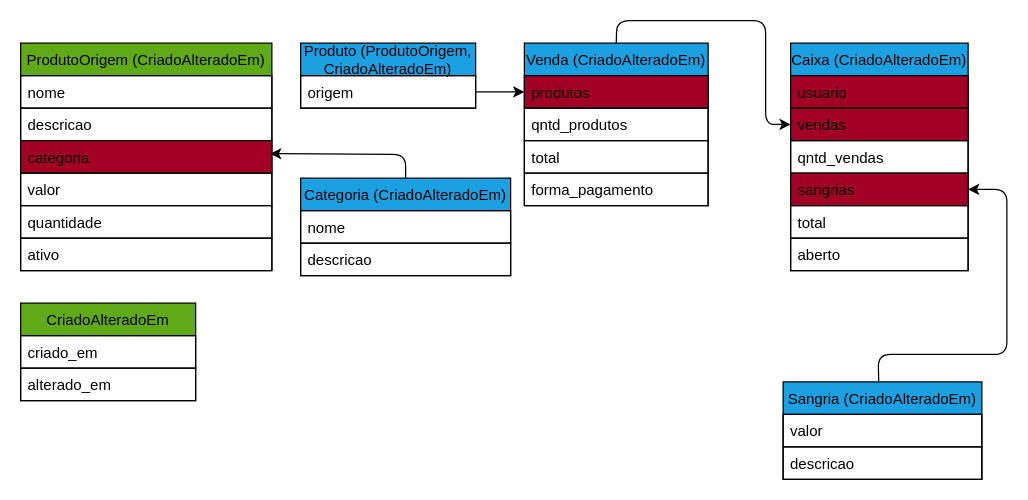
Above: relacionamento.drawio in Juzeka/Mercearia (draw.io), before the change. Source tidied: cells renumbered, new cells numbered last; positions are measured from the earlier drawing's top-left corner, leaving out a move shared by most shapes. Both pictures are drawn from the tidied source at 125%, with x=0, y=0 at pixel (20, 20).
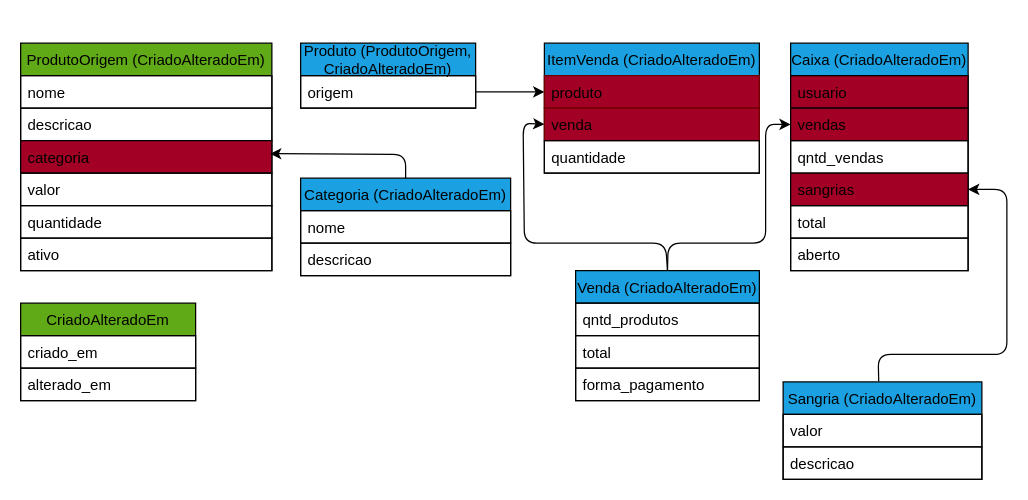
The same diagram, later.

Commit message (it also covers changes not shown here):
add tabela intermediaria itemvenda

The change refers to these unchanged cells:
```xml
<mxCell id="3" value="Produto (ProdutoOrigem, &#10;CriadoAlteradoEm)" style="swimlane;fontStyle=0;horizontal=1;startSize=26;fillColor=#1ba1e2;fontColor=#000000;strokeColor=#000000;" parent="1" vertex="1">
  <mxGeometry x="224" y="18" width="140" height="52" as="geometry" />
</mxCell>
<mxCell id="20" value="vendas" style="text;strokeColor=#000000;fillColor=#a20025;align=left;verticalAlign=top;spacingLeft=4;spacingRight=4;overflow=hidden;points=[[0,0.5],[1,0.5]];portConstraint=eastwest;fontColor=#000000;" parent="18" vertex="1">
  <mxGeometry y="52" width="142" height="26" as="geometry" />
</mxCell>
```

Change to the diagram source:
```diff
@@
-    <mxCell id="2" style="edgeStyle=none;html=1;exitX=1;exitY=0.75;exitDx=0;exitDy=0;entryX=0;entryY=0.5;entryDx=0;entryDy=0;fontColor=#000000;strokeColor=#000000;" parent="1" edge="1" source="3" target="14">
+    <mxCell id="2" style="edgeStyle=none;html=1;exitX=1;exitY=0.75;exitDx=0;exitDy=0;entryX=0;entryY=0.5;entryDx=0;entryDy=0;fontColor=#000000;strokeColor=#000000;" parent="1" edge="1" source="3" target="38">
       <mxGeometry relative="1" as="geometry" />
     </mxCell>
@@
     <mxCell id="12" style="edgeStyle=none;html=1;exitX=0.5;exitY=0;exitDx=0;exitDy=0;entryX=0;entryY=0.5;entryDx=0;entryDy=0;fontColor=#000000;strokeColor=#000000;" parent="1" edge="1" source="13" target="20">
       <mxGeometry relative="1" as="geometry">
         <Array as="points">
-          <mxPoint x="477" />
-          <mxPoint x="596" />
+          <mxPoint x="518" y="178" />
+          <mxPoint x="596" y="178" />
           <mxPoint x="596" y="83" />
         </Array>
       </mxGeometry>
     </mxCell>
+    <mxCell id="36" style="edgeStyle=none;html=1;exitX=0.5;exitY=0;exitDx=0;exitDy=0;entryX=0;entryY=0.5;entryDx=0;entryDy=0;strokeColor=#000000;" parent="1" edge="1" source="13" target="39">
+      <mxGeometry relative="1" as="geometry">
+        <Array as="points">
+          <mxPoint x="516" y="178" />
+          <mxPoint x="403" y="178" />
+          <mxPoint x="402" y="82" />
+        </Array>
+      </mxGeometry>
+    </mxCell>
     <mxCell id="13" value="Venda (CriadoAlteradoEm)" style="swimlane;fontStyle=0;horizontal=1;startSize=26;fillColor=#1ba1e2;fontColor=#000000;strokeColor=#000000;" parent="1" vertex="1">
-      <mxGeometry x="403" y="18" width="147" height="130" as="geometry" />
+      <mxGeometry x="444" y="200" width="147" height="104" as="geometry" />
     </mxCell>
-    <mxCell id="14" value="produtos" style="text;strokeColor=#000000;fillColor=#a20025;align=left;verticalAlign=top;spacingLeft=4;spacingRight=4;overflow=hidden;points=[[0,0.5],[1,0.5]];portConstraint=eastwest;fontColor=#000000;" parent="13" vertex="1">
-      <mxGeometry y="26" width="147" height="26" as="geometry" />
-    </mxCell>
     <mxCell id="15" value="qntd_produtos" style="text;strokeColor=#000000;fillColor=none;align=left;verticalAlign=top;spacingLeft=4;spacingRight=4;overflow=hidden;fontColor=#000000;" parent="13" vertex="1">
-      <mxGeometry y="52" width="147" height="26" as="geometry" />
+      <mxGeometry y="26" width="147" height="26" as="geometry" />
     </mxCell>
     <mxCell id="16" value="total" style="text;strokeColor=#000000;fillColor=none;align=left;verticalAlign=top;spacingLeft=4;spacingRight=4;overflow=hidden;fontColor=#000000;" parent="13" vertex="1">
-      <mxGeometry y="78" width="147" height="26" as="geometry" />
+      <mxGeometry y="52" width="147" height="26" as="geometry" />
     </mxCell>
     <mxCell id="17" value="forma_pagamento" style="text;strokeColor=#000000;fillColor=none;align=left;verticalAlign=top;spacingLeft=4;spacingRight=4;overflow=hidden;fontColor=#000000;" parent="13" vertex="1">
-      <mxGeometry y="104" width="147" height="26" as="geometry" />
+      <mxGeometry y="78" width="147" height="26" as="geometry" />
     </mxCell>
@@
+    <mxCell id="37" value="ItemVenda (CriadoAlteradoEm)" style="swimlane;fontStyle=0;horizontal=1;startSize=26;fillColor=#1ba1e2;fontColor=#000000;strokeColor=#000000;" parent="1" vertex="1">
+      <mxGeometry x="419" y="18" width="172" height="104" as="geometry" />
+    </mxCell>
+    <mxCell id="38" value="produto" style="text;strokeColor=#6F0000;fillColor=#a20025;align=left;verticalAlign=top;spacingLeft=4;spacingRight=4;overflow=hidden;points=[[0,0.5],[1,0.5]];portConstraint=eastwest;fontColor=#000000;" parent="37" vertex="1">
+      <mxGeometry y="26" width="172" height="26" as="geometry" />
+    </mxCell>
+    <mxCell id="39" value="venda" style="text;strokeColor=#6F0000;fillColor=#a20025;align=left;verticalAlign=top;spacingLeft=4;spacingRight=4;overflow=hidden;points=[[0,0.5],[1,0.5]];portConstraint=eastwest;fontColor=#000000;" parent="37" vertex="1">
+      <mxGeometry y="52" width="172" height="26" as="geometry" />
+    </mxCell>
+    <mxCell id="40" value="quantidade" style="text;strokeColor=#000000;fillColor=none;align=left;verticalAlign=top;spacingLeft=4;spacingRight=4;overflow=hidden;fontColor=#000000;" parent="37" vertex="1">
+      <mxGeometry y="78" width="172" height="26" as="geometry" />
+    </mxCell>
```
